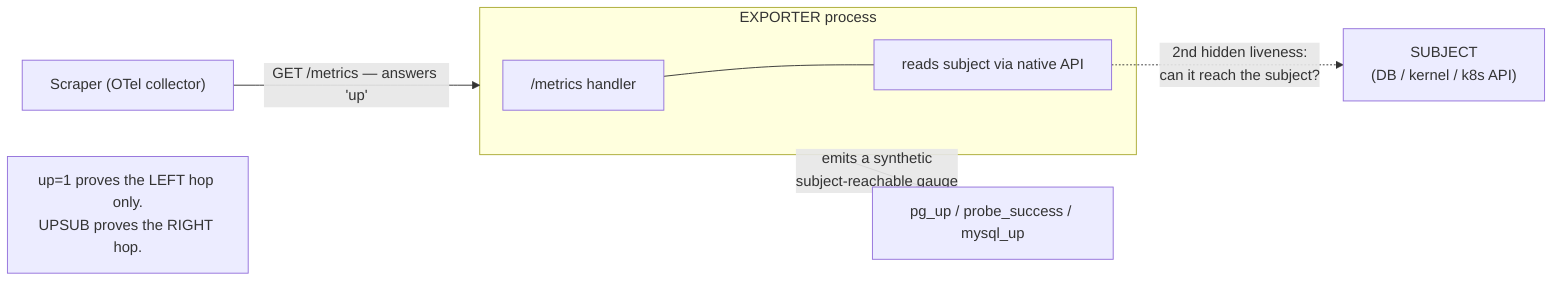
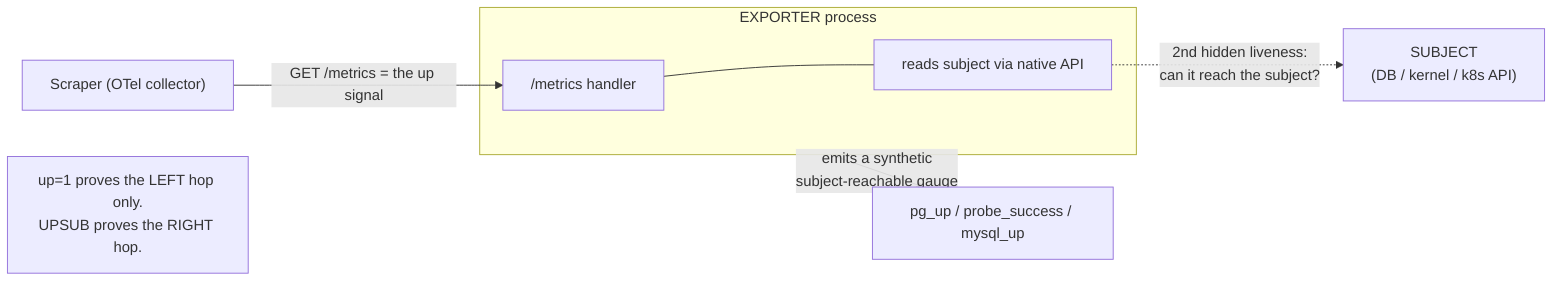
%% Exporter splits liveness in two: up = exporter reachable; pg_up/probe_success = subject reachable (Topic 7)
%% Render: GitHub/VSCode mermaid preview, or mermaid.live
flowchart LR
-   SCR["Scraper (OTel collector)"] -->|"GET /metrics — answers 'up'"| EXP
+   SCR["Scraper (OTel collector)"] -->|"GET /metrics = the up signal"| H
  subgraph EXP["EXPORTER process"]
    H["/metrics handler"]
    POLL["reads subject via native API"]
    H --- POLL
  end
  POLL -.->|"2nd hidden liveness:<br/>can it reach the subject?"| SUBJ["SUBJECT<br/>(DB / kernel / k8s API)"]
  EXP -->|"emits a synthetic<br/>subject-reachable gauge"| UPSUB["pg_up / probe_success / mysql_up"]
  note["up=1 proves the LEFT hop only.<br/>UPSUB proves the RIGHT hop."]
